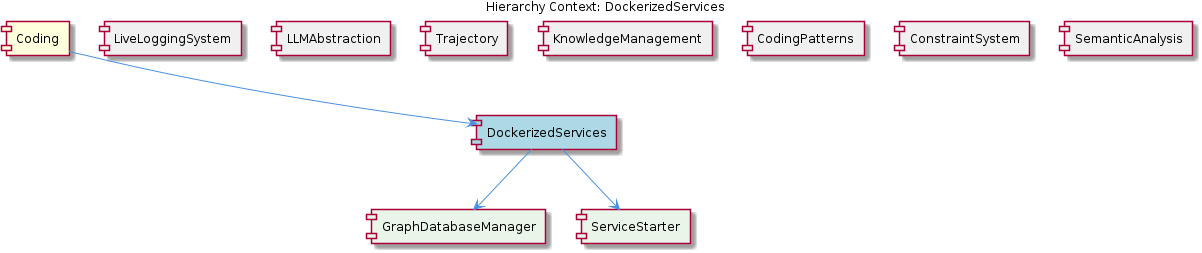
Before: .data/knowledge-graph/insights/images/dockerized-services-relationship.png, a diagram exported from PlantUML (fwornle/coding). Its source is kept beside it as .data/knowledge-graph/insights/puml/dockerized-services-relationship.puml.
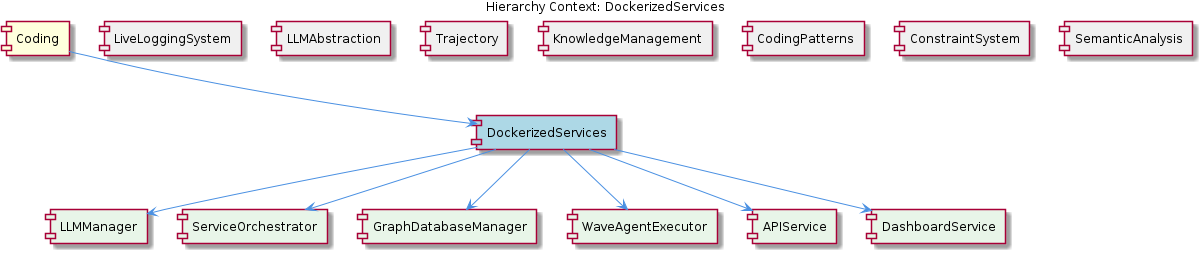
After the change.

Change to the diagram source:
```diff
@@ -12,8 +12,12 @@
 [CodingPatterns] as coding_patterns #F0F0F0
 [ConstraintSystem] as constraint_system #F0F0F0
 [SemanticAnalysis] as semantic_analysis #F0F0F0
+[LLMManager] as llmmanager #E8F5E8
+[ServiceOrchestrator] as service_orchestrator #E8F5E8
 [GraphDatabaseManager] as graph_database_manager #E8F5E8
-[ServiceStarter] as service_starter #E8F5E8
+[WaveAgentExecutor] as wave_agent_executor #E8F5E8
+[APIService] as apiservice #E8F5E8
+[DashboardService] as dashboard_service #E8F5E8
 
 coding --> dockerized_services
 live_logging_system -[hidden]- dockerized_services
@@ -23,7 +27,11 @@
 coding_patterns -[hidden]- dockerized_services
 constraint_system -[hidden]- dockerized_services
 semantic_analysis -[hidden]- dockerized_services
+dockerized_services --> llmmanager
+dockerized_services --> service_orchestrator
 dockerized_services --> graph_database_manager
-dockerized_services --> service_starter
+dockerized_services --> wave_agent_executor
+dockerized_services --> apiservice
+dockerized_services --> dashboard_service
 
 @enduml
```
